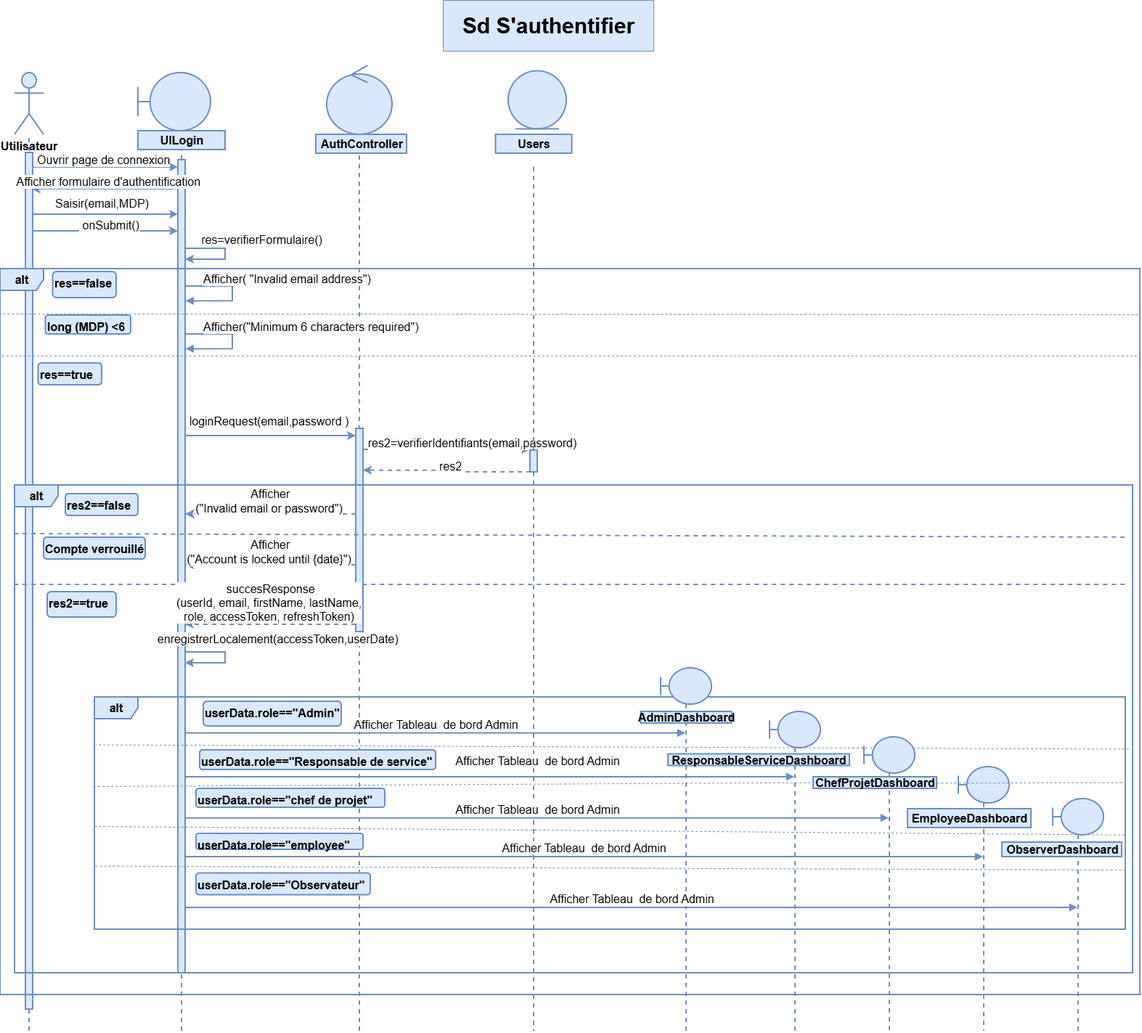
omarhabib5/PFEProject keeps this draw.io diagram as aide/authentication.png. Above is the earlier version. Source tidied: cells renumbered, new cells last; positions are measured from the earlier drawing's top-left corner, leaving out a move shared by most shapes.
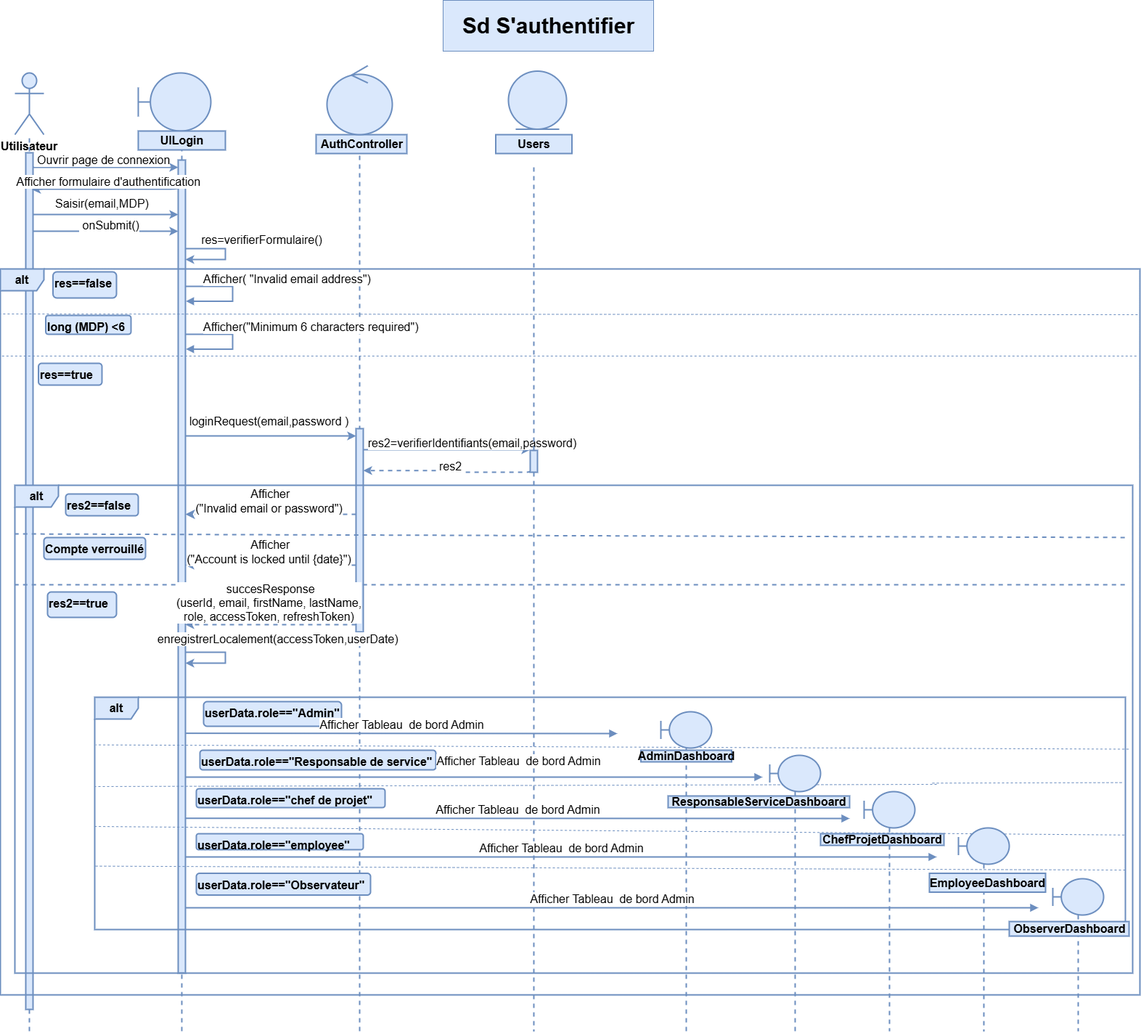
After the change.

The edit, as a diff of the source:
```diff
@@ -183,8 +183,9 @@
     <mxCell id="37" value="userData.role==&quot;Responsable de service&quot;" style="text;html=1;fontStyle=1;fontSize=16;fillColor=#dae8fc;strokeColor=#6c8ebf;rounded=1;strokeWidth=2;" parent="1" vertex="1">
       <mxGeometry x="275" y="1033" width="325" height="27" as="geometry" />
     </mxCell>
-    <mxCell id="38" style="html=1;endArrow=none;dashed=1;strokeColor=#6c8ebf;exitX=0.997;exitY=0.42;exitDx=0;exitDy=0;exitPerimeter=0;fillColor=#dae8fc;strokeWidth=1;fontSize=16;" parent="1" edge="1" source="64">
+    <mxCell id="38" style="html=1;endArrow=none;dashed=1;strokeColor=#6c8ebf;fillColor=#dae8fc;strokeWidth=1;fontSize=16;" parent="1" edge="1">
       <mxGeometry relative="1" as="geometry">
+        <mxPoint x="1290" y="1080" as="sourcePoint" />
         <mxPoint x="130" y="1083" as="targetPoint" />
       </mxGeometry>
     </mxCell>
@@ -252,31 +253,31 @@
       <mxGeometry x="730" y="620" width="10" height="30" as="geometry" />
     </mxCell>
     <mxCell id="54" style="shape=umlLifeline;perimeter=lifelinePerimeter;whiteSpace=wrap;html=1;outlineConnect=0;portConstraint=eastwest;newEdgeStyle={&quot;curved&quot;:0,&quot;rounded&quot;:0};participant=umlBoundary;size=50;fillColor=#dae8fc;strokeColor=#6c8ebf;strokeWidth=2;fontSize=16;" parent="1" vertex="1">
-      <mxGeometry x="910" y="920" width="70" height="500" as="geometry" />
+      <mxGeometry x="910" y="980" width="70" height="440" as="geometry" />
     </mxCell>
     <mxCell id="55" style="shape=umlLifeline;perimeter=lifelinePerimeter;whiteSpace=wrap;html=1;outlineConnect=0;portConstraint=eastwest;newEdgeStyle={&quot;curved&quot;:0,&quot;rounded&quot;:0};participant=umlBoundary;size=50;fillColor=#dae8fc;strokeColor=#6c8ebf;strokeWidth=2;fontSize=16;" parent="1" vertex="1">
-      <mxGeometry x="1060" y="980" width="70" height="440" as="geometry" />
+      <mxGeometry x="1060" y="1040" width="70" height="380" as="geometry" />
     </mxCell>
     <mxCell id="56" style="shape=umlLifeline;perimeter=lifelinePerimeter;whiteSpace=wrap;html=1;outlineConnect=0;portConstraint=eastwest;newEdgeStyle={&quot;curved&quot;:0,&quot;rounded&quot;:0};participant=umlBoundary;size=50;fillColor=#dae8fc;strokeColor=#6c8ebf;strokeWidth=2;fontSize=16;" parent="1" vertex="1">
-      <mxGeometry x="1190" y="1015" width="70" height="405" as="geometry" />
+      <mxGeometry x="1190" y="1090" width="70" height="330" as="geometry" />
     </mxCell>
     <mxCell id="57" style="shape=umlLifeline;perimeter=lifelinePerimeter;whiteSpace=wrap;html=1;outlineConnect=0;portConstraint=eastwest;newEdgeStyle={&quot;curved&quot;:0,&quot;rounded&quot;:0};participant=umlBoundary;size=50;fillColor=#dae8fc;strokeColor=#6c8ebf;strokeWidth=2;fontSize=16;" parent="1" vertex="1">
-      <mxGeometry x="1320" y="1056" width="70" height="364" as="geometry" />
+      <mxGeometry x="1320" y="1140" width="70" height="280" as="geometry" />
     </mxCell>
     <mxCell id="58" style="shape=umlLifeline;perimeter=lifelinePerimeter;whiteSpace=wrap;html=1;outlineConnect=0;portConstraint=eastwest;newEdgeStyle={&quot;curved&quot;:0,&quot;rounded&quot;:0};participant=umlBoundary;size=50;fillColor=#dae8fc;strokeColor=#6c8ebf;strokeWidth=2;fontSize=16;" parent="1" vertex="1">
-      <mxGeometry x="1450" y="1100" width="70" height="320" as="geometry" />
+      <mxGeometry x="1450" y="1210" width="70" height="210" as="geometry" />
     </mxCell>
     <mxCell id="59" value="&lt;span&gt;AdminDashboard&lt;/span&gt;" style="text;align=center;fontStyle=1;verticalAlign=middle;spacingLeft=3;spacingRight=3;strokeColor=#6c8ebf;html=1;fillColor=#dae8fc;strokeWidth=2;fontSize=16;" parent="1" vertex="1">
-      <mxGeometry x="882.5" y="980" width="125" height="16" as="geometry" />
+      <mxGeometry x="882.5" y="1033" width="125" height="16" as="geometry" />
     </mxCell>
     <mxCell id="60" value="&lt;span&gt;ResponsableServiceDashboard&lt;/span&gt;" style="text;align=center;fontStyle=1;verticalAlign=middle;spacingLeft=3;spacingRight=3;strokeColor=#6c8ebf;html=1;fillColor=#dae8fc;strokeWidth=2;fontSize=16;" parent="1" vertex="1">
-      <mxGeometry x="920" y="1038.5" width="250" height="16" as="geometry" />
+      <mxGeometry x="920" y="1096" width="250" height="16" as="geometry" />
     </mxCell>
     <mxCell id="61" value="&lt;span&gt;EmployeeDashboard&lt;/span&gt;" style="text;align=center;fontStyle=1;verticalAlign=middle;spacingLeft=3;spacingRight=3;strokeColor=#6c8ebf;html=1;fillColor=#dae8fc;strokeWidth=2;fontSize=16;" parent="1" vertex="1">
-      <mxGeometry x="1250" y="1114" width="170" height="26" as="geometry" />
+      <mxGeometry x="1280" y="1202.5" width="160" height="26" as="geometry" />
     </mxCell>
     <mxCell id="62" value="&lt;span&gt;ObserverDashboard&lt;/span&gt;" style="text;align=center;fontStyle=1;verticalAlign=middle;spacingLeft=3;spacingRight=3;strokeColor=#6c8ebf;html=1;fillColor=#dae8fc;strokeWidth=2;fontSize=16;" parent="1" vertex="1">
-      <mxGeometry x="1380" y="1160" width="165" height="20" as="geometry" />
+      <mxGeometry x="1390" y="1269" width="165" height="20" as="geometry" />
     </mxCell>
     <mxCell id="63" style="html=1;endArrow=none;dashed=1;strokeColor=#6c8ebf;exitX=1.001;exitY=0.366;exitDx=0;exitDy=0;exitPerimeter=0;fillColor=#dae8fc;strokeWidth=1;fontSize=16;" parent="1" edge="1">
       <mxGeometry relative="1" as="geometry">
@@ -285,29 +286,35 @@
       </mxGeometry>
     </mxCell>
     <mxCell id="64" value="&lt;span&gt;ChefProjetDashboard&lt;/span&gt;" style="text;align=center;fontStyle=1;verticalAlign=middle;spacingLeft=3;spacingRight=3;strokeColor=#6c8ebf;points=[[0,0.5],[1,0.5]];portConstraint=eastwest;html=1;fillColor=#dae8fc;strokeWidth=2;fontSize=16;" parent="1" vertex="1">
-      <mxGeometry x="1120" y="1070" width="170" height="16" as="geometry" />
+      <mxGeometry x="1130" y="1148" width="170" height="16" as="geometry" />
     </mxCell>
-    <mxCell id="65" value="&lt;font&gt;Afficher Tableau&amp;nbsp; de bord Admin&lt;/font&gt;" style="html=1;verticalAlign=bottom;endArrow=block;curved=0;rounded=0;fillColor=#dae8fc;strokeColor=#6c8ebf;exitX=1.061;exitY=0.705;exitDx=0;exitDy=0;exitPerimeter=0;strokeWidth=2;fontSize=16;" parent="1" edge="1" source="6" target="54">
-      <mxGeometry relative="1" as="geometry" />
+    <mxCell id="65" value="&lt;font&gt;Afficher Tableau&amp;nbsp; de bord Admin&lt;/font&gt;" style="html=1;verticalAlign=bottom;endArrow=block;curved=0;rounded=0;fillColor=#dae8fc;strokeColor=#6c8ebf;exitX=1.061;exitY=0.705;exitDx=0;exitDy=0;exitPerimeter=0;strokeWidth=2;fontSize=16;" parent="1" edge="1" source="6">
+      <mxGeometry relative="1" as="geometry">
+        <mxPoint x="850" y="1010" as="targetPoint" />
+      </mxGeometry>
     </mxCell>
-    <mxCell id="66" value="&lt;font&gt;Afficher Tableau&amp;nbsp; de bord Admin&lt;/font&gt;" style="html=1;verticalAlign=bottom;endArrow=block;curved=0;rounded=0;fillColor=#dae8fc;strokeColor=#6c8ebf;exitX=1.061;exitY=0.705;exitDx=0;exitDy=0;exitPerimeter=0;strokeWidth=2;fontSize=16;" parent="1" edge="1" target="55">
+    <mxCell id="66" value="&lt;font&gt;Afficher Tableau&amp;nbsp; de bord Admin&lt;/font&gt;" style="html=1;verticalAlign=bottom;endArrow=block;curved=0;rounded=0;fillColor=#dae8fc;strokeColor=#6c8ebf;exitX=1.061;exitY=0.705;exitDx=0;exitDy=0;exitPerimeter=0;strokeWidth=2;fontSize=16;" parent="1" edge="1">
       <mxGeometry x="0.16" y="10" relative="1" as="geometry">
         <mxPoint x="255" y="1070" as="sourcePoint" />
+        <mxPoint x="1050" y="1070" as="targetPoint" />
       </mxGeometry>
     </mxCell>
-    <mxCell id="67" value="&lt;font&gt;Afficher Tableau&amp;nbsp; de bord Admin&lt;/font&gt;" style="html=1;verticalAlign=bottom;endArrow=block;curved=0;rounded=0;fillColor=#dae8fc;strokeColor=#6c8ebf;exitX=1.061;exitY=0.705;exitDx=0;exitDy=0;exitPerimeter=0;strokeWidth=2;fontSize=16;" parent="1" edge="1" target="56">
+    <mxCell id="67" value="&lt;font&gt;Afficher Tableau&amp;nbsp; de bord Admin&lt;/font&gt;" style="html=1;verticalAlign=bottom;endArrow=block;curved=0;rounded=0;fillColor=#dae8fc;strokeColor=#6c8ebf;exitX=1.061;exitY=0.705;exitDx=0;exitDy=0;exitPerimeter=0;strokeWidth=2;fontSize=16;" parent="1" edge="1">
       <mxGeometry relative="1" as="geometry">
         <mxPoint x="255" y="1126.7" as="sourcePoint" />
+        <mxPoint x="1170" y="1127" as="targetPoint" />
       </mxGeometry>
     </mxCell>
-    <mxCell id="68" value="&lt;font&gt;Afficher Tableau&amp;nbsp; de bord Admin&lt;/font&gt;" style="html=1;verticalAlign=bottom;endArrow=block;curved=0;rounded=0;fillColor=#dae8fc;strokeColor=#6c8ebf;exitX=1.061;exitY=0.705;exitDx=0;exitDy=0;exitPerimeter=0;strokeWidth=2;fontSize=16;" parent="1" edge="1" target="57">
+    <mxCell id="68" value="&lt;font&gt;Afficher Tableau&amp;nbsp; de bord Admin&lt;/font&gt;" style="html=1;verticalAlign=bottom;endArrow=block;curved=0;rounded=0;fillColor=#dae8fc;strokeColor=#6c8ebf;exitX=1.061;exitY=0.705;exitDx=0;exitDy=0;exitPerimeter=0;strokeWidth=2;fontSize=16;" parent="1" edge="1">
       <mxGeometry relative="1" as="geometry">
         <mxPoint x="255" y="1180" as="sourcePoint" />
+        <mxPoint x="1290" y="1180" as="targetPoint" />
       </mxGeometry>
     </mxCell>
-    <mxCell id="69" value="&lt;font&gt;Afficher Tableau&amp;nbsp; de bord Admin&lt;/font&gt;" style="html=1;verticalAlign=bottom;endArrow=block;curved=0;rounded=0;fillColor=#dae8fc;strokeColor=#6c8ebf;exitX=1.061;exitY=0.705;exitDx=0;exitDy=0;exitPerimeter=0;strokeWidth=2;fontSize=16;" parent="1" edge="1" target="58">
+    <mxCell id="69" value="&lt;font&gt;Afficher Tableau&amp;nbsp; de bord Admin&lt;/font&gt;" style="html=1;verticalAlign=bottom;endArrow=block;curved=0;rounded=0;fillColor=#dae8fc;strokeColor=#6c8ebf;exitX=1.061;exitY=0.705;exitDx=0;exitDy=0;exitPerimeter=0;strokeWidth=2;fontSize=16;" parent="1" edge="1">
       <mxGeometry relative="1" as="geometry">
         <mxPoint x="255" y="1250" as="sourcePoint" />
+        <mxPoint x="1430" y="1250" as="targetPoint" />
       </mxGeometry>
     </mxCell>
     <mxCell id="70" value="&lt;font style=&quot;font-size: 30px;&quot;&gt;Sd S'authentifier&lt;/font&gt;" style="text;align=center;fontStyle=1;verticalAlign=middle;spacingLeft=3;spacingRight=3;strokeColor=#6c8ebf;html=1;fillColor=#dae8fc;" parent="1" vertex="1">
```
